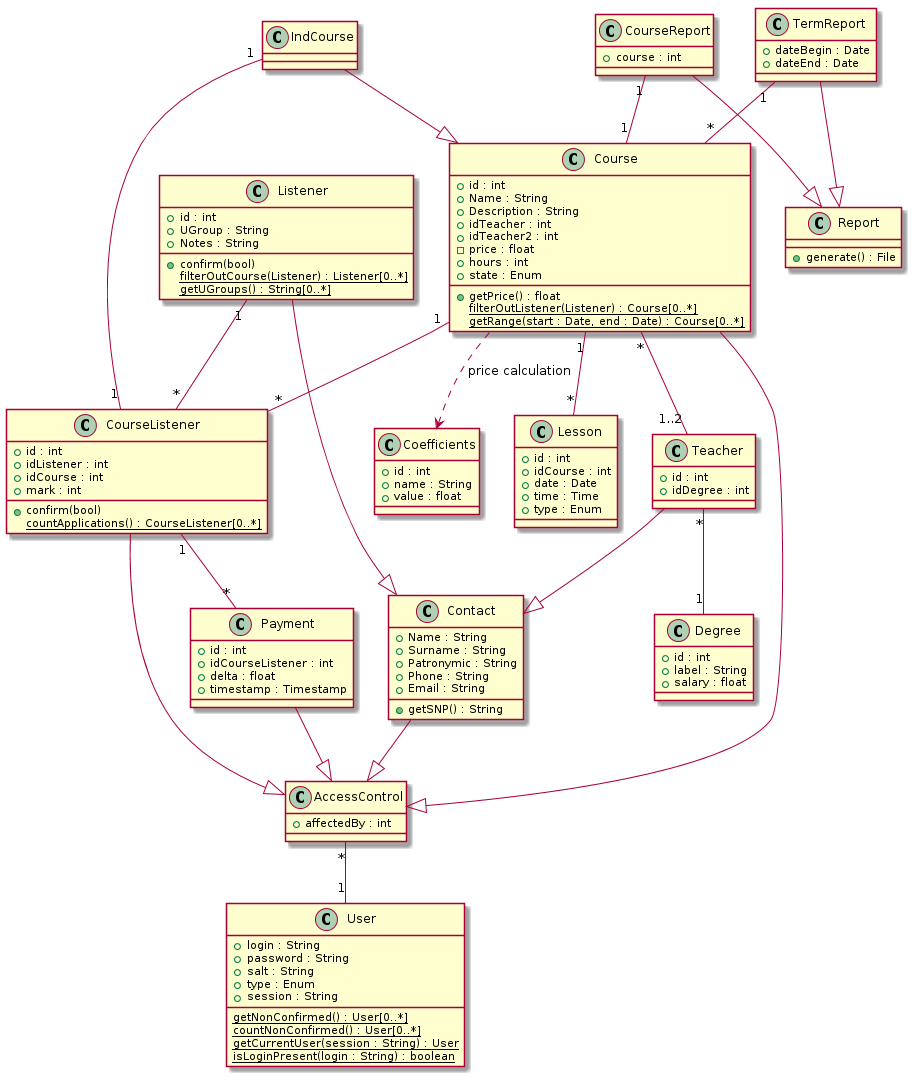
Above: doc/pp_pw3_clas.png in bodqhrohro/knp2014 (PlantUML), before the change.
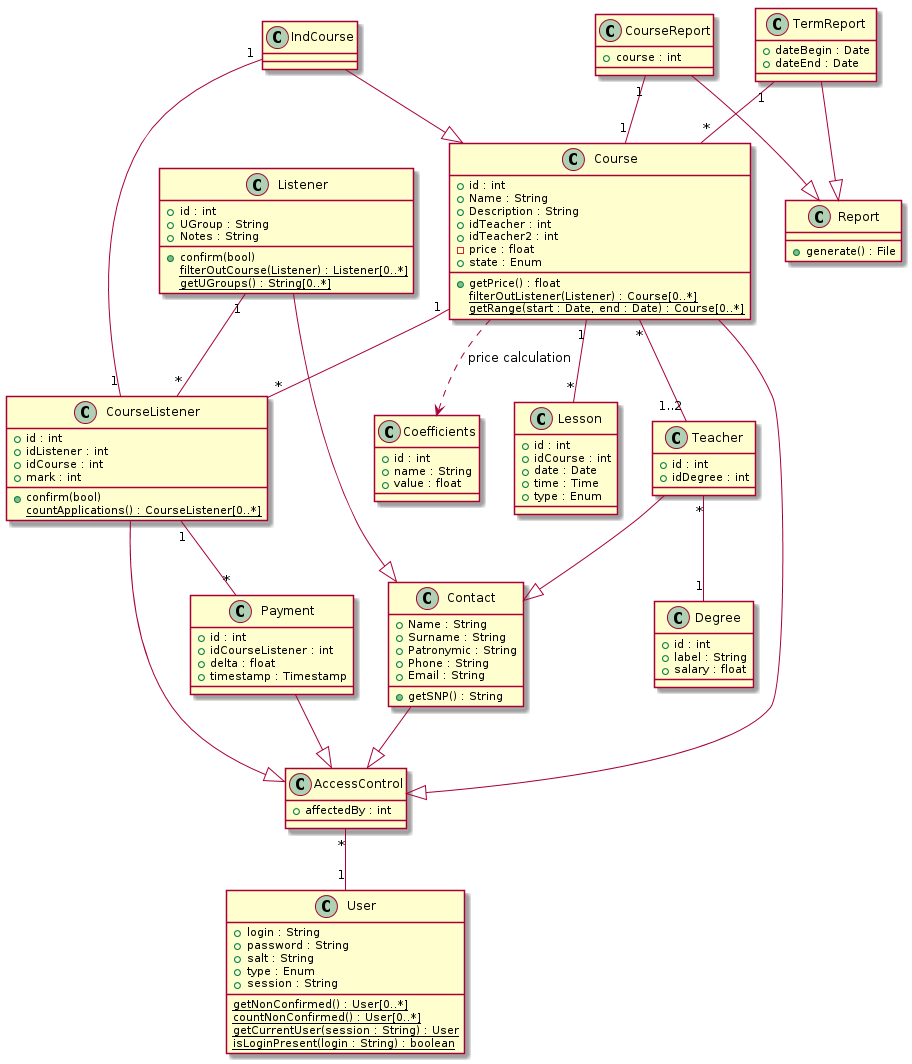
The same file after the commit.

Commit message:
Fixes for flowcharts and database tables

Change to the diagram source:
```diff
@@ -14,7 +14,6 @@
 	+idTeacher : int
 	+idTeacher2 : int
 	-price : float
-	+hours : int
 	+state : Enum
 	+getPrice() : float
 	{static} filterOutListener(Listener) : Course[0..*]
```
